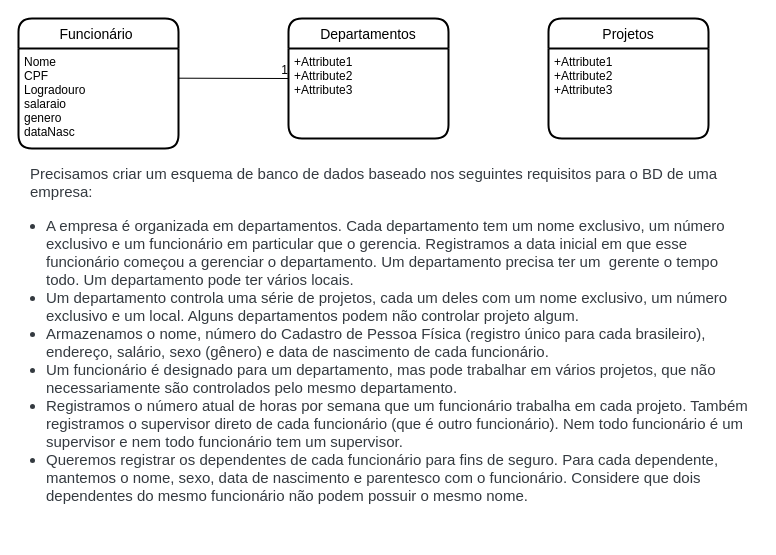
The draw.io diagram src/Exercicios/DB-AT02.drawio in GilsonSantosUX/LPOO, before the edit. Source tidied: cells renumbered, new cells numbered last; positions are measured from the earlier drawing's top-left corner, leaving out a move shared by most shapes. Both pictures are drawn from the tidied source at 100%, with x=0, y=0 at pixel (18, 18).
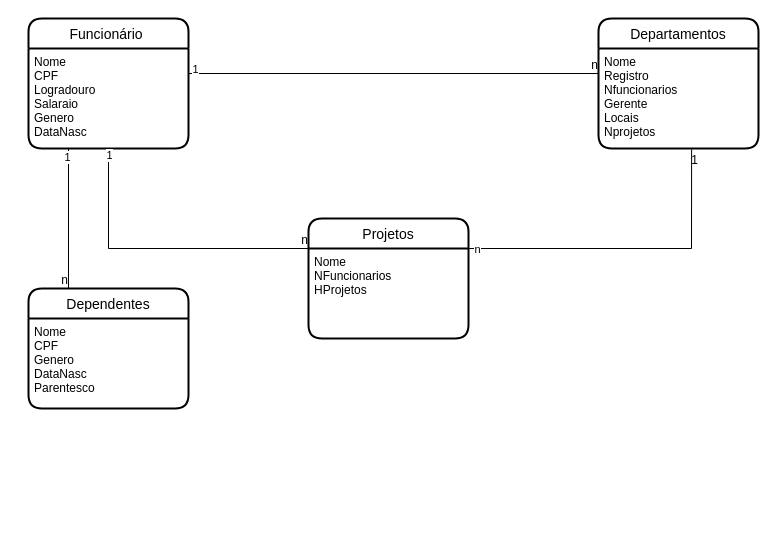
The same diagram, later.

The edit, as a diff of the source:
```diff
@@
     <mxCell id="2" value="Funcionário " style="swimlane;horizontal=1;startSize=30;rounded=1;fontSize=14;fontStyle=0;strokeWidth=2;shadow=0;dashed=0;align=center;" parent="1" vertex="1">
-      <mxGeometry width="160" height="130" as="geometry" />
+      <mxGeometry x="10" width="160" height="130" as="geometry" />
     </mxCell>
-    <mxCell id="3" value="Nome&#10;CPF&#10;Logradouro&#10;salaraio&#10;genero&#10;dataNasc" style="align=left;strokeColor=none;fillColor=none;spacingLeft=4;fontSize=12;verticalAlign=top;" parent="2" vertex="1">
+    <mxCell id="3" value="Nome&#10;CPF&#10;Logradouro&#10;Salaraio&#10;Genero&#10;DataNasc" style="align=left;strokeColor=none;fillColor=none;spacingLeft=4;fontSize=12;verticalAlign=top;" parent="2" vertex="1">
       <mxGeometry y="30" width="160" height="100" as="geometry" />
     </mxCell>
     <mxCell id="4" value="Departamentos" style="swimlane;horizontal=1;startSize=30;rounded=1;fontSize=14;fontStyle=0;strokeWidth=2;shadow=0;dashed=0;align=center;" parent="1" vertex="1">
-      <mxGeometry x="270" width="160" height="120" as="geometry" />
+      <mxGeometry x="580" width="160" height="130" as="geometry" />
     </mxCell>
-    <mxCell id="5" value="+Attribute1&#10;+Attribute2&#10;+Attribute3" style="align=left;strokeColor=none;fillColor=none;spacingLeft=4;fontSize=12;verticalAlign=top;" parent="4" vertex="1">
-      <mxGeometry y="30" width="160" height="90" as="geometry" />
+    <mxCell id="5" value="Nome&#10;Registro&#10;Nfuncionarios&#10;Gerente&#10;Locais&#10;Nprojetos" style="align=left;strokeColor=none;fillColor=none;spacingLeft=4;fontSize=12;verticalAlign=top;" parent="4" vertex="1">
+      <mxGeometry y="30" width="160" height="100" as="geometry" />
     </mxCell>
     <mxCell id="6" value="Projetos" style="swimlane;horizontal=1;startSize=30;rounded=1;fontSize=14;fontStyle=0;strokeWidth=2;shadow=0;dashed=0;align=center;" parent="1" vertex="1">
-      <mxGeometry x="530" width="160" height="120" as="geometry" />
+      <mxGeometry x="290" y="200" width="160" height="120" as="geometry" />
     </mxCell>
-    <mxCell id="7" value="+Attribute1&#10;+Attribute2&#10;+Attribute3" style="align=left;strokeColor=none;fillColor=none;spacingLeft=4;fontSize=12;verticalAlign=top;" parent="6" vertex="1">
+    <mxCell id="7" value="Nome&#10;NFuncionarios&#10;HProjetos" style="align=left;strokeColor=none;fillColor=none;spacingLeft=4;fontSize=12;verticalAlign=top;" parent="6" vertex="1">
       <mxGeometry y="30" width="160" height="90" as="geometry" />
     </mxCell>
-    <mxCell id="8" style="endArrow=none;html=1;rounded=0;" parent="1" edge="1">
-      <mxGeometry relative="1" as="geometry">
-        <mxPoint x="160" y="59.7" as="sourcePoint" />
-        <mxPoint x="270" y="60" as="targetPoint" />
-      </mxGeometry>
+    <mxCell id="8" style="endArrow=none;html=1;rounded=0;entryX=0;entryY=0.25;entryDx=0;entryDy=0;exitX=1;exitY=0.25;exitDx=0;exitDy=0;" parent="1" edge="1" source="3" target="5">
+      <mxGeometry relative="1" as="geometry" />
     </mxCell>
-    <mxCell id="9" value="1" style="html=1;align=right;verticalAlign=bottom;" parent="8" vertex="1">
+    <mxCell id="9" value="n" style="html=1;align=right;verticalAlign=bottom;" parent="8" vertex="1">
       <mxGeometry x="1" relative="1" as="geometry" />
     </mxCell>
-    <mxCell id="10" value="&lt;p id=&quot;yui_3_17_2_1_1617393367127_50&quot; style=&quot;box-sizing: border-box; margin-top: 0px; margin-bottom: 1rem; color: rgb(52, 58, 64); font-family: poppins, sans-serif; font-size: 15px; font-style: normal; font-weight: 400; letter-spacing: normal; text-align: left; text-indent: 0px; text-transform: none; word-spacing: 0px; background-color: rgb(255, 255, 255);&quot;&gt;&lt;span id=&quot;yui_3_17_2_1_1617393367127_49&quot; style=&quot;box-sizing: border-box ; font-size: 0.9375rem&quot;&gt;Precisamos criar um esquema de banco de dados baseado nos seguintes requisitos para o BD de uma empresa:&lt;/span&gt;&lt;/p&gt;&lt;p style=&quot;box-sizing: border-box; margin-top: 0px; margin-bottom: 1rem; color: rgb(52, 58, 64); font-family: poppins, sans-serif; font-size: 15px; font-style: normal; font-weight: 400; letter-spacing: normal; text-align: left; text-indent: 0px; text-transform: none; word-spacing: 0px; background-color: rgb(255, 255, 255);&quot;&gt;&lt;/p&gt;&lt;div id=&quot;yui_3_17_2_1_1617393367127_53&quot; style=&quot;box-sizing: border-box; color: rgb(52, 58, 64); font-family: poppins, sans-serif; font-size: 15px; font-style: normal; font-weight: 400; letter-spacing: normal; text-align: left; text-indent: 0px; text-transform: none; word-spacing: 0px; background-color: rgb(255, 255, 255);&quot;&gt;&lt;ul id=&quot;yui_3_17_2_1_1617393367127_52&quot; style=&quot;box-sizing: border-box ; margin-top: 0px ; margin-bottom: 1rem ; padding-left: 1rem&quot;&gt;&lt;li id=&quot;yui_3_17_2_1_1617393367127_51&quot; style=&quot;box-sizing: border-box&quot;&gt;A empresa é organizada em departamentos. Cada departamento tem um nome exclusivo, um número exclusivo e um funcionário em particular que o gerencia. Registramos a data inicial em que esse funcionário começou a gerenciar o departamento. Um departamento precisa ter um&amp;nbsp; gerente o tempo todo. Um departamento pode ter vários locais.&lt;/li&gt;&lt;li id=&quot;yui_3_17_2_1_1617393367127_55&quot; style=&quot;box-sizing: border-box&quot;&gt;Um departamento controla uma série de projetos, cada um deles com um nome exclusivo, um número exclusivo e um local. Alguns departamentos podem não controlar projeto algum.&lt;/li&gt;&lt;li id=&quot;yui_3_17_2_1_1617393367127_54&quot; style=&quot;box-sizing: border-box&quot;&gt;Armazenamos o nome, número do Cadastro de Pessoa Física (registro único para cada brasileiro), endereço, salário, sexo (gênero) e data de nascimento de cada funcionário.&amp;nbsp;&lt;/li&gt;&lt;li id=&quot;yui_3_17_2_1_1617393367127_56&quot; style=&quot;box-sizing: border-box&quot;&gt;Um funcionário é designado para um departamento, mas pode trabalhar em vários projetos, que não necessariamente são controlados pelo mesmo departamento.&lt;/li&gt;&lt;li style=&quot;box-sizing: border-box&quot;&gt;Registramos o número atual de horas por semana que um funcionário trabalha em cada projeto. Também registramos o supervisor direto de cada funcionário (que é outro funcionário). Nem todo funcionário é um supervisor e nem todo funcionário tem um supervisor.&lt;/li&gt;&lt;li style=&quot;box-sizing: border-box&quot;&gt;Queremos registrar os dependentes de cada funcionário para fins de seguro. Para cada dependente, mantemos o nome, sexo, data de nascimento e parentesco com o funcionário. Considere que dois dependentes do mesmo funcionário não podem possuir o mesmo nome.&lt;/li&gt;&lt;/ul&gt;&lt;/div&gt;" style="text;whiteSpace=wrap;html=1;" parent="1" vertex="1">
-      <mxGeometry x="10" y="140" width="720" height="380" as="geometry" />
-    </mxCell>
+    <mxCell id="11" value="1" style="edgeLabel;html=1;align=center;verticalAlign=middle;" parent="8" vertex="1">
+      <mxGeometry x="-0.97" y="1" relative="1" as="geometry">
+        <mxPoint y="-4" as="offset" />
+      </mxGeometry>
+    </mxCell>
+    <mxCell id="12" style="endArrow=none;html=1;rounded=0;exitX=0.5;exitY=1;exitDx=0;exitDy=0;entryX=0;entryY=0;entryDx=0;entryDy=0;" parent="1" edge="1" source="3" target="7">
+      <mxGeometry relative="1" as="geometry">
+        <Array as="points">
+          <mxPoint x="90" y="230" />
+        </Array>
+      </mxGeometry>
+    </mxCell>
+    <mxCell id="13" value="n" style="html=1;align=right;verticalAlign=bottom;" parent="12" vertex="1">
+      <mxGeometry x="1" relative="1" as="geometry" />
+    </mxCell>
+    <mxCell id="14" value="1" style="edgeLabel;html=1;align=center;verticalAlign=middle;" parent="12" vertex="1">
+      <mxGeometry x="-0.96" relative="1" as="geometry" />
+    </mxCell>
+    <mxCell id="15" value="Dependentes" style="swimlane;horizontal=1;startSize=30;rounded=1;fontSize=14;fontStyle=0;strokeWidth=2;shadow=0;dashed=0;align=center;" parent="1" vertex="1">
+      <mxGeometry x="10" y="270" width="160" height="120" as="geometry" />
+    </mxCell>
+    <mxCell id="16" value="Nome&#10;CPF&#10;Genero&#10;DataNasc&#10;Parentesco&#10;" style="align=left;strokeColor=none;fillColor=none;spacingLeft=4;fontSize=12;verticalAlign=top;" parent="15" vertex="1">
+      <mxGeometry y="30" width="160" height="90" as="geometry" />
+    </mxCell>
+    <mxCell id="17" style="endArrow=none;html=1;rounded=0;exitX=0.25;exitY=1;exitDx=0;exitDy=0;entryX=0.25;entryY=0;entryDx=0;entryDy=0;" parent="1" edge="1" source="3" target="15">
+      <mxGeometry relative="1" as="geometry" />
+    </mxCell>
+    <mxCell id="18" value="n" style="html=1;align=right;verticalAlign=bottom;" parent="17" vertex="1">
+      <mxGeometry x="1" relative="1" as="geometry" />
+    </mxCell>
+    <mxCell id="19" value="1" style="edgeLabel;html=1;align=center;verticalAlign=middle;" parent="17" vertex="1">
+      <mxGeometry x="-0.89" y="-1" relative="1" as="geometry" />
+    </mxCell>
+    <mxCell id="20" style="endArrow=none;html=1;rounded=0;entryX=0.582;entryY=1.009;entryDx=0;entryDy=0;entryPerimeter=0;exitX=1;exitY=0.25;exitDx=0;exitDy=0;" parent="1" edge="1" source="6" target="5">
+      <mxGeometry relative="1" as="geometry">
+        <Array as="points">
+          <mxPoint x="673" y="230" />
+        </Array>
+      </mxGeometry>
+    </mxCell>
+    <mxCell id="21" value="1" style="html=1;align=right;verticalAlign=bottom;" parent="20" vertex="1">
+      <mxGeometry x="1" relative="1" as="geometry">
+        <mxPoint x="6.9" y="19.1" as="offset" />
+      </mxGeometry>
+    </mxCell>
+    <mxCell id="22" value="n" style="edgeLabel;html=1;align=center;verticalAlign=middle;" parent="20" vertex="1">
+      <mxGeometry x="-0.95" relative="1" as="geometry" />
+    </mxCell>
```
